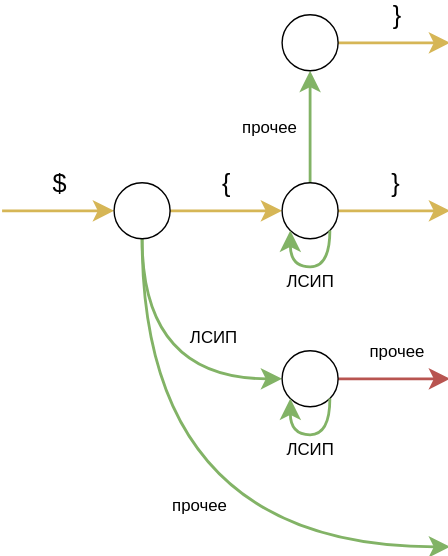
SergeyKuz1001/DSE_HW_1 keeps this draw.io diagram as images/variable_substitutor.svg. Above is the earlier version. Source tidied: cells renumbered, new cells last; positions are measured from the earlier drawing's top-left corner, leaving out a move shared by most shapes.
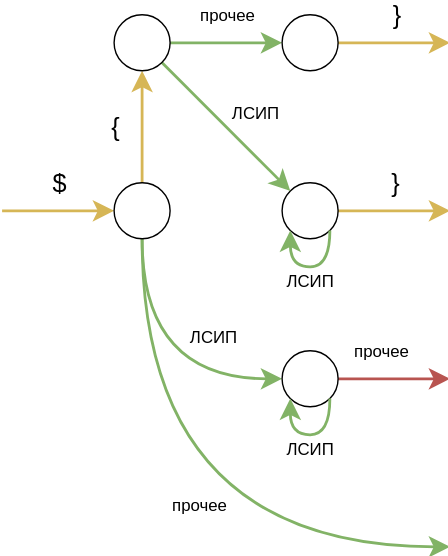
Later version of the same file.

Change to the diagram source:
```diff
@@ -12,12 +12,12 @@
         <mxPoint x="29" y="-19" as="offset" />
       </mxGeometry>
     </mxCell>
-    <mxCell id="4" style="edgeStyle=orthogonalEdgeStyle;curved=1;rounded=0;jettySize=auto;html=1;strokeWidth=2;fontSize=18;endArrow=classic;endFill=1;startSize=9;endSize=9;fillColor=#fff2cc;strokeColor=#d6b656;" parent="1" edge="1" source="10" target="15">
+    <mxCell id="4" style="edgeStyle=orthogonalEdgeStyle;curved=1;rounded=0;jettySize=auto;html=1;strokeWidth=2;fontSize=18;endArrow=classic;endFill=1;startSize=9;endSize=9;fillColor=#fff2cc;strokeColor=#d6b656;" parent="1" edge="1" source="10" target="28">
       <mxGeometry relative="1" as="geometry" />
     </mxCell>
     <mxCell id="5" value="{" style="edgeLabel;html=1;align=center;verticalAlign=middle;fontSize=18;labelBackgroundColor=none;" parent="4" vertex="1">
       <mxGeometry x="-0.29" relative="1" as="geometry">
-        <mxPoint x="11" y="-20" as="offset" />
+        <mxPoint x="-20" y="-12" as="offset" />
       </mxGeometry>
     </mxCell>
     <mxCell id="6" style="edgeStyle=orthogonalEdgeStyle;curved=1;rounded=0;jettySize=auto;html=1;strokeWidth=2;fontSize=18;endArrow=classic;endFill=1;startSize=9;endSize=9;fillColor=#d5e8d4;strokeColor=#82b366;" parent="1" edge="1" source="10" target="23">
@@ -58,12 +58,12 @@
         <mxPoint x="10" y="-19" as="offset" />
       </mxGeometry>
     </mxCell>
-    <mxCell id="13" style="edgeStyle=orthogonalEdgeStyle;curved=1;rounded=0;jettySize=auto;html=1;strokeWidth=2;fontSize=18;endArrow=classic;endFill=1;startSize=9;endSize=9;fillColor=#d5e8d4;strokeColor=#82b366;" parent="1" edge="1" source="15" target="20">
+    <mxCell id="13" style="edgeStyle=orthogonalEdgeStyle;curved=1;rounded=0;jettySize=auto;html=1;strokeWidth=2;fontSize=18;endArrow=classic;endFill=1;startSize=9;endSize=9;fillColor=#d5e8d4;strokeColor=#82b366;" parent="1" edge="1" source="28" target="20">
       <mxGeometry relative="1" as="geometry" />
     </mxCell>
     <mxCell id="14" value="прочее" style="edgeLabel;html=1;align=center;verticalAlign=middle;fontSize=12;labelBackgroundColor=none;" parent="13" vertex="1">
       <mxGeometry x="0.27" y="3" relative="1" as="geometry">
-        <mxPoint x="-27" y="11" as="offset" />
+        <mxPoint x="-11" y="-17" as="offset" />
       </mxGeometry>
     </mxCell>
     <mxCell id="15" style="ellipse;whiteSpace=wrap;html=1;" parent="1" vertex="1">
@@ -102,7 +102,7 @@
     </mxCell>
     <mxCell id="22" value="прочее" style="edgeLabel;html=1;align=center;verticalAlign=middle;fontSize=12;" parent="21" vertex="1">
       <mxGeometry x="-0.21" y="1" relative="1" as="geometry">
-        <mxPoint x="9" y="-19" as="offset" />
+        <mxPoint x="-2" y="-19" as="offset" />
       </mxGeometry>
     </mxCell>
     <mxCell id="23" style="ellipse;whiteSpace=wrap;html=1;" parent="1" vertex="1">
@@ -121,5 +121,16 @@
         <mxPoint x="12" y="14" as="offset" />
       </mxGeometry>
     </mxCell>
+    <mxCell id="26" style="rounded=0;jettySize=auto;html=1;exitX=1;exitY=1;exitDx=0;exitDy=0;entryX=0;entryY=0;entryDx=0;entryDy=0;strokeWidth=2;fontSize=18;endArrow=classic;endFill=1;startSize=9;endSize=9;fillColor=#d5e8d4;strokeColor=#82b366;" parent="1" edge="1" source="28" target="15">
+      <mxGeometry relative="1" as="geometry" />
+    </mxCell>
+    <mxCell id="27" value="ЛСИП" style="edgeLabel;html=1;align=center;verticalAlign=middle;fontSize=12;labelBackgroundColor=none;" parent="26" vertex="1">
+      <mxGeometry x="0.35" relative="1" as="geometry">
+        <mxPoint x="4" y="-26" as="offset" />
+      </mxGeometry>
+    </mxCell>
+    <mxCell id="28" style="ellipse;whiteSpace=wrap;html=1;" parent="1" vertex="1">
+      <mxGeometry x="80" width="40" height="40" as="geometry" />
+    </mxCell>
   </root>
 </mxGraphModel>
```
